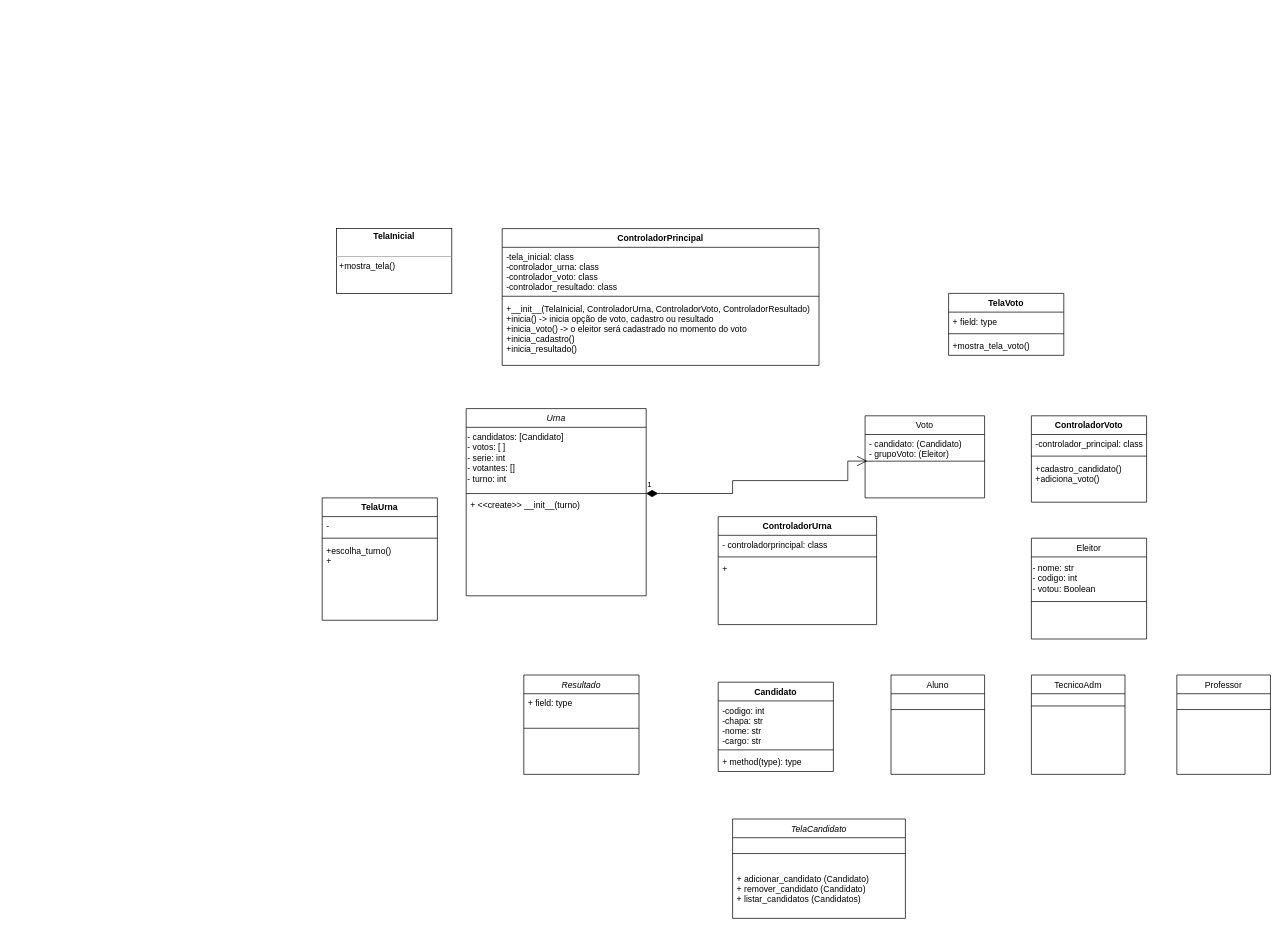
The draw.io diagram projeto_urna.drawio in Alien-Love/T1_INE5605, before the edit. Source tidied: cells renumbered, new cells numbered last; positions are measured from the earlier drawing's top-left corner, leaving out a move shared by most shapes. Both pictures are drawn from the tidied source at 72%, with x=0, y=0 at pixel (322, 228).
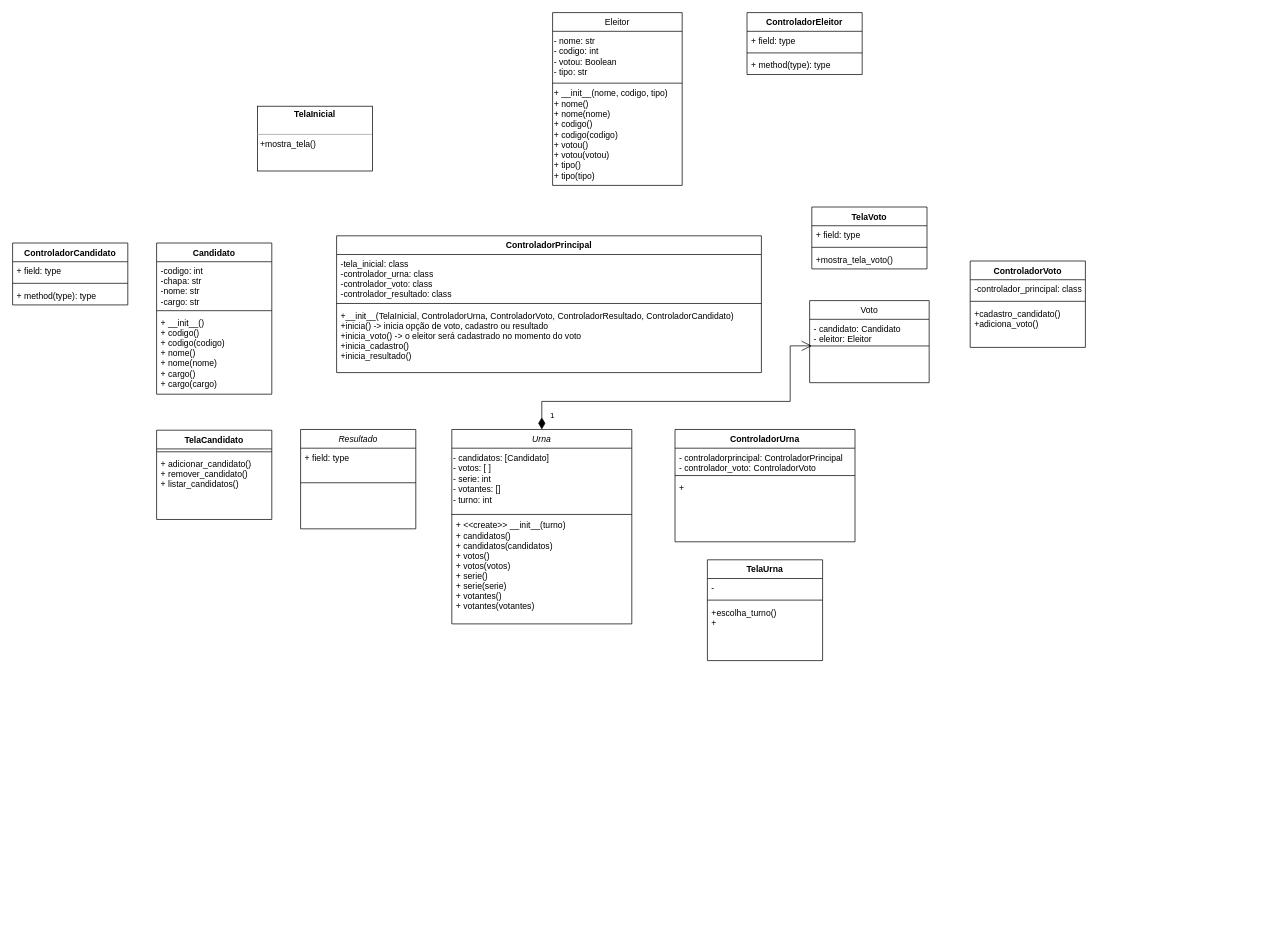
The same page after the edit.

Unchanged cells that the change refers to:
```xml
<mxCell id="4" style="line;html=1;strokeWidth=1;align=left;verticalAlign=middle;spacingTop=-1;spacingLeft=3;spacingRight=3;labelPosition=right;points=[];portConstraint=eastwest;" parent="2" vertex="1">
  <mxGeometry y="116" width="250" height="4" as="geometry" />
</mxCell>
<mxCell id="10" style="line;html=1;strokeWidth=1;align=left;verticalAlign=middle;spacingTop=-1;spacingLeft=3;spacingRight=3;labelPosition=right;points=[];portConstraint=eastwest;" parent="8" vertex="1">
  <mxGeometry y="60" width="166" height="6" as="geometry" />
</mxCell>
```

The edit, as a diff of the source:
```diff
@@
     <mxCell id="2" value="Urna" style="swimlane;fontStyle=2;align=center;verticalAlign=top;horizontal=1;startSize=26;rounded=0;shadow=0;strokeWidth=1;" parent="1" vertex="1">
-      <mxGeometry x="200" y="250" width="250" height="260" as="geometry" />
+      <mxGeometry x="180" y="279" width="250" height="270" as="geometry" />
     </mxCell>
@@
-    <mxCell id="5" value="+ &lt;&lt;create&gt;&gt; __init__(turno)&#10;" style="text;strokeColor=none;fillColor=none;align=left;verticalAlign=top;spacingLeft=4;spacingRight=4;overflow=hidden;" parent="2" vertex="1">
-      <mxGeometry y="120" width="250" height="120" as="geometry" />
+    <mxCell id="5" value="+ &lt;&lt;create&gt;&gt; __init__(turno)&#10;+ candidatos()&#10;+ candidatos(candidatos)&#10;+ votos()&#10;+ votos(votos)&#10;+ serie()&#10;+ serie(serie)&#10;+ votantes()&#10;+ votantes(votantes)&#10;" style="text;strokeColor=none;fillColor=none;align=left;verticalAlign=top;spacingLeft=4;spacingRight=4;overflow=hidden;" parent="2" vertex="1">
+      <mxGeometry y="120" width="250" height="150" as="geometry" />
     </mxCell>
-    <mxCell id="6" value="Aluno" style="swimlane;fontStyle=0;align=center;verticalAlign=top;horizontal=1;startSize=26;rounded=0;shadow=0;strokeWidth=1;" parent="1" vertex="1">
-      <mxGeometry x="790" y="620" width="130" height="138" as="geometry" />
-    </mxCell>
-    <mxCell id="7" style="line;html=1;strokeWidth=1;align=left;verticalAlign=middle;spacingTop=-1;spacingLeft=3;spacingRight=3;labelPosition=right;" parent="6" vertex="1">
-      <mxGeometry y="26" width="130" height="44" as="geometry" />
-    </mxCell>
     <mxCell id="8" value="Voto" style="swimlane;fontStyle=0;align=center;verticalAlign=top;horizontal=1;startSize=26;rounded=0;shadow=0;strokeWidth=1;" parent="1" vertex="1">
-      <mxGeometry x="754" y="260" width="166" height="114" as="geometry" />
+      <mxGeometry x="677" y="100" width="166" height="114" as="geometry" />
     </mxCell>
-    <mxCell id="9" value="- candidato: (Candidato)&#10;- grupoVoto: (Eleitor)" style="text;strokeColor=none;fillColor=none;align=left;verticalAlign=top;spacingLeft=4;spacingRight=4;overflow=hidden;" parent="8" vertex="1">
+    <mxCell id="9" value="- candidato: Candidato&#10;- eleitor: Eleitor" style="text;strokeColor=none;fillColor=none;align=left;verticalAlign=top;spacingLeft=4;spacingRight=4;overflow=hidden;" parent="8" vertex="1">
       <mxGeometry y="26" width="166" height="34" as="geometry" />
     </mxCell>
@@
     <mxCell id="11" value="Eleitor" style="swimlane;fontStyle=0;align=center;verticalAlign=top;horizontal=1;startSize=26;rounded=0;shadow=0;strokeWidth=1;" parent="1" vertex="1">
-      <mxGeometry x="985" y="430" width="160" height="140" as="geometry" />
+      <mxGeometry x="320" y="-300" width="180" height="240" as="geometry" />
     </mxCell>
-    <mxCell id="12" value="- nome: str&lt;br&gt;- codigo: int&lt;br&gt;- votou: Boolean" style="text;html=1;align=left;verticalAlign=middle;strokeColor=none;fillColor=none;" parent="11" vertex="1">
-      <mxGeometry y="26" width="160" height="60" as="geometry" />
+    <mxCell id="12" value="- nome: str&lt;br&gt;- codigo: int&lt;br&gt;- votou: Boolean&lt;br&gt;- tipo: str" style="text;html=1;align=left;verticalAlign=middle;strokeColor=none;fillColor=none;" parent="11" vertex="1">
+      <mxGeometry y="26" width="180" height="70" as="geometry" />
     </mxCell>
     <mxCell id="13" style="line;html=1;strokeWidth=1;align=left;verticalAlign=middle;spacingTop=-1;spacingLeft=3;spacingRight=3;labelPosition=right;" parent="11" vertex="1">
-      <mxGeometry y="86" width="160" height="4" as="geometry" />
+      <mxGeometry y="96" width="180" height="4" as="geometry" />
     </mxCell>
-    <mxCell id="14" value="TecnicoAdm" style="swimlane;fontStyle=0;align=center;verticalAlign=top;horizontal=1;startSize=26;rounded=0;shadow=0;strokeWidth=1;" parent="1" vertex="1">
-      <mxGeometry x="985" y="620" width="130" height="138" as="geometry" />
-    </mxCell>
-    <mxCell id="15" style="line;html=1;strokeWidth=1;align=left;verticalAlign=middle;spacingTop=-1;spacingLeft=3;spacingRight=3;labelPosition=right;" parent="14" vertex="1">
-      <mxGeometry y="26" width="130" height="34" as="geometry" />
-    </mxCell>
-    <mxCell id="16" value="Professor" style="swimlane;fontStyle=0;align=center;verticalAlign=top;horizontal=1;startSize=26;rounded=0;shadow=0;strokeWidth=1;" parent="1" vertex="1">
-      <mxGeometry x="1187" y="620" width="130" height="138" as="geometry" />
-    </mxCell>
-    <mxCell id="17" style="line;html=1;strokeWidth=1;align=left;verticalAlign=middle;spacingTop=-1;spacingLeft=3;spacingRight=3;labelPosition=right;" parent="16" vertex="1">
-      <mxGeometry y="26" width="130" height="44" as="geometry" />
-    </mxCell>
+    <mxCell id="51" value="+ __init__(nome, codigo, tipo)&lt;br&gt;+ nome()&lt;br&gt;+ nome(nome)&lt;br&gt;+ codigo()&lt;br&gt;+ codigo(codigo)&lt;br&gt;+ votou()&lt;br&gt;+ votou(votou)&lt;br&gt;+ tipo()&lt;br&gt;+ tipo(tipo)" style="text;html=1;align=left;verticalAlign=middle;strokeColor=none;fillColor=none;" parent="11" vertex="1">
+      <mxGeometry y="100" width="180" height="140" as="geometry" />
+    </mxCell>
     <mxCell id="18" value="Resultado" style="swimlane;fontStyle=2;align=center;verticalAlign=top;horizontal=1;startSize=26;rounded=0;shadow=0;strokeWidth=1;" parent="1" vertex="1">
-      <mxGeometry x="280" y="620" width="160" height="138" as="geometry" />
+      <mxGeometry x="-30" y="279" width="160" height="138" as="geometry" />
     </mxCell>
@@
     <mxCell id="21" value="TelaUrna" style="swimlane;fontStyle=1;align=center;verticalAlign=top;horizontal=1;startSize=26;" parent="1" vertex="1">
-      <mxGeometry y="374" width="160" height="170" as="geometry" />
+      <mxGeometry x="535" y="460" width="160" height="140" as="geometry" />
     </mxCell>
@@
     <mxCell id="24" value="+escolha_turno()&#10;+" style="text;strokeColor=none;fillColor=none;align=left;verticalAlign=top;spacingLeft=4;spacingRight=4;overflow=hidden;" parent="21" vertex="1">
-      <mxGeometry y="60" width="160" height="110" as="geometry" />
+      <mxGeometry y="60" width="160" height="80" as="geometry" />
     </mxCell>
-    <mxCell id="25" value="TelaCandidato" style="swimlane;fontStyle=2;align=center;verticalAlign=top;horizontal=1;startSize=26;rounded=0;shadow=0;strokeWidth=1;" parent="1" vertex="1">
-      <mxGeometry x="570" y="820" width="240" height="138" as="geometry" />
-    </mxCell>
-    <mxCell id="26" style="line;html=1;strokeWidth=1;align=left;verticalAlign=middle;spacingTop=-1;spacingLeft=3;spacingRight=3;labelPosition=right;" parent="25" vertex="1">
-      <mxGeometry y="26" width="240" height="44" as="geometry" />
-    </mxCell>
-    <mxCell id="27" value="+ adicionar_candidato (Candidato)&#10;+ remover_candidato (Candidato)&#10;+ listar_candidatos (Candidatos)" style="text;strokeColor=none;fillColor=none;align=left;verticalAlign=top;spacingLeft=4;spacingRight=4;overflow=hidden;" parent="25" vertex="1">
-      <mxGeometry y="70" width="240" height="60" as="geometry" />
-    </mxCell>
-    <mxCell id="28" value="1" style="endArrow=open;html=1;endSize=12;startArrow=diamondThin;startSize=14;startFill=1;edgeStyle=orthogonalEdgeStyle;align=left;verticalAlign=bottom;rounded=0;entryX=0.018;entryY=0.477;entryDx=0;entryDy=0;entryPerimeter=0;exitX=0.999;exitY=0.486;exitDx=0;exitDy=0;exitPerimeter=0;" parent="1" edge="1" source="4" target="10">
-      <mxGeometry x="-1" y="3" relative="1" as="geometry">
+    <mxCell id="28" value="1" style="endArrow=open;html=1;endSize=12;startArrow=diamondThin;startSize=14;startFill=1;edgeStyle=orthogonalEdgeStyle;align=left;verticalAlign=bottom;rounded=0;entryX=0.018;entryY=0.477;entryDx=0;entryDy=0;entryPerimeter=0;exitX=0.5;exitY=0;exitDx=0;exitDy=0;" parent="1" edge="1" source="2" target="10">
+      <mxGeometry x="-0.96" y="-10" relative="1" as="geometry">
         <Array as="points">
-          <mxPoint x="570" y="368" />
-          <mxPoint x="570" y="350" />
-          <mxPoint x="730" y="350" />
-          <mxPoint x="730" y="323" />
+          <mxPoint x="305" y="240" />
+          <mxPoint x="650" y="240" />
+          <mxPoint x="650" y="163" />
         </Array>
       </mxGeometry>
     </mxCell>
     <mxCell id="29" value="ControladorUrna" style="swimlane;fontStyle=1;align=center;verticalAlign=top;horizontal=1;startSize=26;" parent="1" vertex="1">
-      <mxGeometry x="550" y="400" width="220" height="150" as="geometry" />
+      <mxGeometry x="490" y="279" width="250" height="156" as="geometry" />
     </mxCell>
-    <mxCell id="30" value="- controladorprincipal: class" style="text;strokeColor=none;fillColor=none;align=left;verticalAlign=top;spacingLeft=4;spacingRight=4;overflow=hidden;" parent="29" vertex="1">
-      <mxGeometry y="26" width="220" height="26" as="geometry" />
+    <mxCell id="30" value="- controladorprincipal: ControladorPrincipal&#10;- controlador_voto: ControladorVoto" style="text;strokeColor=none;fillColor=none;align=left;verticalAlign=top;spacingLeft=4;spacingRight=4;overflow=hidden;" parent="29" vertex="1">
+      <mxGeometry y="26" width="250" height="34" as="geometry" />
     </mxCell>
     <mxCell id="31" style="line;strokeWidth=1;fillColor=none;align=left;verticalAlign=middle;spacingTop=-1;spacingLeft=3;spacingRight=3;labelPosition=right;strokeColor=inherit;" parent="29" vertex="1">
-      <mxGeometry y="52" width="220" height="8" as="geometry" />
+      <mxGeometry y="60" width="250" height="8" as="geometry" />
     </mxCell>
     <mxCell id="32" value="+ " style="text;strokeColor=none;fillColor=none;align=left;verticalAlign=top;spacingLeft=4;spacingRight=4;overflow=hidden;" parent="29" vertex="1">
-      <mxGeometry y="60" width="220" height="90" as="geometry" />
+      <mxGeometry y="68" width="250" height="88" as="geometry" />
     </mxCell>
     <mxCell id="33" value="ControladorPrincipal" style="swimlane;fontStyle=1;align=center;verticalAlign=top;horizontal=1;startSize=26;" parent="1" vertex="1">
-      <mxGeometry x="250" width="440" height="190" as="geometry" />
+      <mxGeometry x="20" y="10" width="590" height="190" as="geometry" />
     </mxCell>
     <mxCell id="34" value="-tela_inicial: class&#10;-controlador_urna: class&#10;-controlador_voto: class&#10;-controlador_resultado: class" style="text;strokeColor=none;fillColor=none;align=left;verticalAlign=top;spacingLeft=4;spacingRight=4;overflow=hidden;" parent="33" vertex="1">
-      <mxGeometry y="26" width="440" height="64" as="geometry" />
+      <mxGeometry y="26" width="590" height="64" as="geometry" />
     </mxCell>
     <mxCell id="35" style="line;strokeWidth=1;fillColor=none;align=left;verticalAlign=middle;spacingTop=-1;spacingLeft=3;spacingRight=3;labelPosition=right;strokeColor=inherit;" parent="33" vertex="1">
-      <mxGeometry y="90" width="440" as="geometry" />
+      <mxGeometry y="90" width="590" as="geometry" />
     </mxCell>
     <mxCell id="36" style="line;strokeWidth=1;fillColor=none;align=left;verticalAlign=middle;spacingTop=-1;spacingLeft=3;spacingRight=3;labelPosition=right;strokeColor=inherit;" parent="33" vertex="1">
-      <mxGeometry y="90" width="440" height="8" as="geometry" />
+      <mxGeometry y="90" width="590" height="8" as="geometry" />
     </mxCell>
-    <mxCell id="37" value="+__init__(TelaInicial, ControladorUrna, ControladorVoto, ControladorResultado)&#10;+inicia() -&gt; inicia opção de voto, cadastro ou resultado&#10;+inicia_voto() -&gt; o eleitor será cadastrado no momento do voto&#10;+inicia_cadastro()&#10;+inicia_resultado()&#10;" style="text;strokeColor=none;fillColor=none;align=left;verticalAlign=top;spacingLeft=4;spacingRight=4;overflow=hidden;" parent="33" vertex="1">
-      <mxGeometry y="98" width="440" height="92" as="geometry" />
+    <mxCell id="37" value="+__init__(TelaInicial, ControladorUrna, ControladorVoto, ControladorResultado, ControladorCandidato)&#10;+inicia() -&gt; inicia opção de voto, cadastro ou resultado&#10;+inicia_voto() -&gt; o eleitor será cadastrado no momento do voto&#10;+inicia_cadastro()&#10;+inicia_resultado()&#10;" style="text;strokeColor=none;fillColor=none;align=left;verticalAlign=top;spacingLeft=4;spacingRight=4;overflow=hidden;" parent="33" vertex="1">
+      <mxGeometry y="98" width="590" height="92" as="geometry" />
     </mxCell>
     <mxCell id="38" value="&lt;p style=&quot;margin:0px;margin-top:4px;text-align:center;&quot;&gt;&lt;b&gt;TelaInicial&lt;/b&gt;&lt;/p&gt;&lt;p style=&quot;margin:0px;margin-left:4px;&quot;&gt;&lt;br&gt;&lt;/p&gt;&lt;hr size=&quot;1&quot;&gt;&lt;p style=&quot;margin:0px;margin-left:4px;&quot;&gt;+mostra_tela()&lt;/p&gt;" style="verticalAlign=top;align=left;overflow=fill;fontSize=12;fontFamily=Helvetica;html=1;" parent="1" vertex="1">
-      <mxGeometry x="20" width="160" height="90" as="geometry" />
+      <mxGeometry x="-90" y="-170" width="160" height="90" as="geometry" />
     </mxCell>
     <mxCell id="39" value="TelaVoto" style="swimlane;fontStyle=1;align=center;verticalAlign=top;horizontal=1;startSize=26;" parent="1" vertex="1">
-      <mxGeometry x="870" y="90" width="160" height="86" as="geometry" />
+      <mxGeometry x="680" y="-30" width="160" height="86" as="geometry" />
     </mxCell>
@@
     <mxCell id="43" value="ControladorVoto" style="swimlane;fontStyle=1;align=center;verticalAlign=top;horizontal=1;startSize=26;" parent="1" vertex="1">
-      <mxGeometry x="985" y="260" width="160" height="120" as="geometry" />
+      <mxGeometry x="900" y="45" width="160" height="120" as="geometry" />
     </mxCell>
@@
     <mxCell id="47" value="Candidato" style="swimlane;fontStyle=1;align=center;verticalAlign=top;horizontal=1;startSize=26;" parent="1" vertex="1">
-      <mxGeometry x="550" y="630" width="160" height="124" as="geometry" />
+      <mxGeometry x="-230" y="20" width="160" height="210" as="geometry" />
     </mxCell>
@@
-    <mxCell id="50" value="+ method(type): type" style="text;strokeColor=none;fillColor=none;align=left;verticalAlign=top;spacingLeft=4;spacingRight=4;overflow=hidden;" parent="47" vertex="1">
-      <mxGeometry y="98" width="160" height="26" as="geometry" />
+    <mxCell id="50" value="+ __init__()&#10;+ codigo()&#10;+ codigo(codigo)&#10;+ nome()&#10;+ nome(nome)&#10;+ cargo()&#10;+ cargo(cargo)" style="text;strokeColor=none;fillColor=none;align=left;verticalAlign=top;spacingLeft=4;spacingRight=4;overflow=hidden;" parent="47" vertex="1">
+      <mxGeometry y="98" width="160" height="112" as="geometry" />
     </mxCell>
+    <mxCell id="25" value="TelaCandidato" style="swimlane;fontStyle=1;align=center;verticalAlign=top;horizontal=1;startSize=26;" parent="1" vertex="1">
+      <mxGeometry x="-230" y="280" width="160" height="124" as="geometry" />
+    </mxCell>
+    <mxCell id="52" style="line;strokeWidth=1;fillColor=none;align=left;verticalAlign=middle;spacingTop=-1;spacingLeft=3;spacingRight=3;labelPosition=right;strokeColor=inherit;" parent="25" vertex="1">
+      <mxGeometry y="26" width="160" height="8" as="geometry" />
+    </mxCell>
+    <mxCell id="53" value="+ adicionar_candidato()&#10;+ remover_candidato()&#10;+ listar_candidatos()" style="text;strokeColor=none;fillColor=none;align=left;verticalAlign=top;spacingLeft=4;spacingRight=4;overflow=hidden;" parent="25" vertex="1">
+      <mxGeometry y="34" width="160" height="90" as="geometry" />
+    </mxCell>
+    <mxCell id="54" value="ControladorEleitor" style="swimlane;fontStyle=1;align=center;verticalAlign=top;horizontal=1;startSize=26;" parent="1" vertex="1">
+      <mxGeometry x="590" y="-300" width="160" height="86" as="geometry" />
+    </mxCell>
+    <mxCell id="55" value="+ field: type" style="text;strokeColor=none;fillColor=none;align=left;verticalAlign=top;spacingLeft=4;spacingRight=4;overflow=hidden;" parent="54" vertex="1">
+      <mxGeometry y="26" width="160" height="26" as="geometry" />
+    </mxCell>
+    <mxCell id="56" style="line;strokeWidth=1;fillColor=none;align=left;verticalAlign=middle;spacingTop=-1;spacingLeft=3;spacingRight=3;labelPosition=right;strokeColor=inherit;" parent="54" vertex="1">
+      <mxGeometry y="52" width="160" height="8" as="geometry" />
+    </mxCell>
+    <mxCell id="57" value="+ method(type): type" style="text;strokeColor=none;fillColor=none;align=left;verticalAlign=top;spacingLeft=4;spacingRight=4;overflow=hidden;" parent="54" vertex="1">
+      <mxGeometry y="60" width="160" height="26" as="geometry" />
+    </mxCell>
+    <mxCell id="58" value="ControladorCandidato" style="swimlane;fontStyle=1;align=center;verticalAlign=top;horizontal=1;startSize=26;" parent="1" vertex="1">
+      <mxGeometry x="-430" y="20" width="160" height="86" as="geometry" />
+    </mxCell>
+    <mxCell id="59" value="+ field: type" style="text;strokeColor=none;fillColor=none;align=left;verticalAlign=top;spacingLeft=4;spacingRight=4;overflow=hidden;" parent="58" vertex="1">
+      <mxGeometry y="26" width="160" height="26" as="geometry" />
+    </mxCell>
+    <mxCell id="60" style="line;strokeWidth=1;fillColor=none;align=left;verticalAlign=middle;spacingTop=-1;spacingLeft=3;spacingRight=3;labelPosition=right;strokeColor=inherit;" parent="58" vertex="1">
+      <mxGeometry y="52" width="160" height="8" as="geometry" />
+    </mxCell>
+    <mxCell id="61" value="+ method(type): type" style="text;strokeColor=none;fillColor=none;align=left;verticalAlign=top;spacingLeft=4;spacingRight=4;overflow=hidden;" parent="58" vertex="1">
+      <mxGeometry y="60" width="160" height="26" as="geometry" />
+    </mxCell>
```
